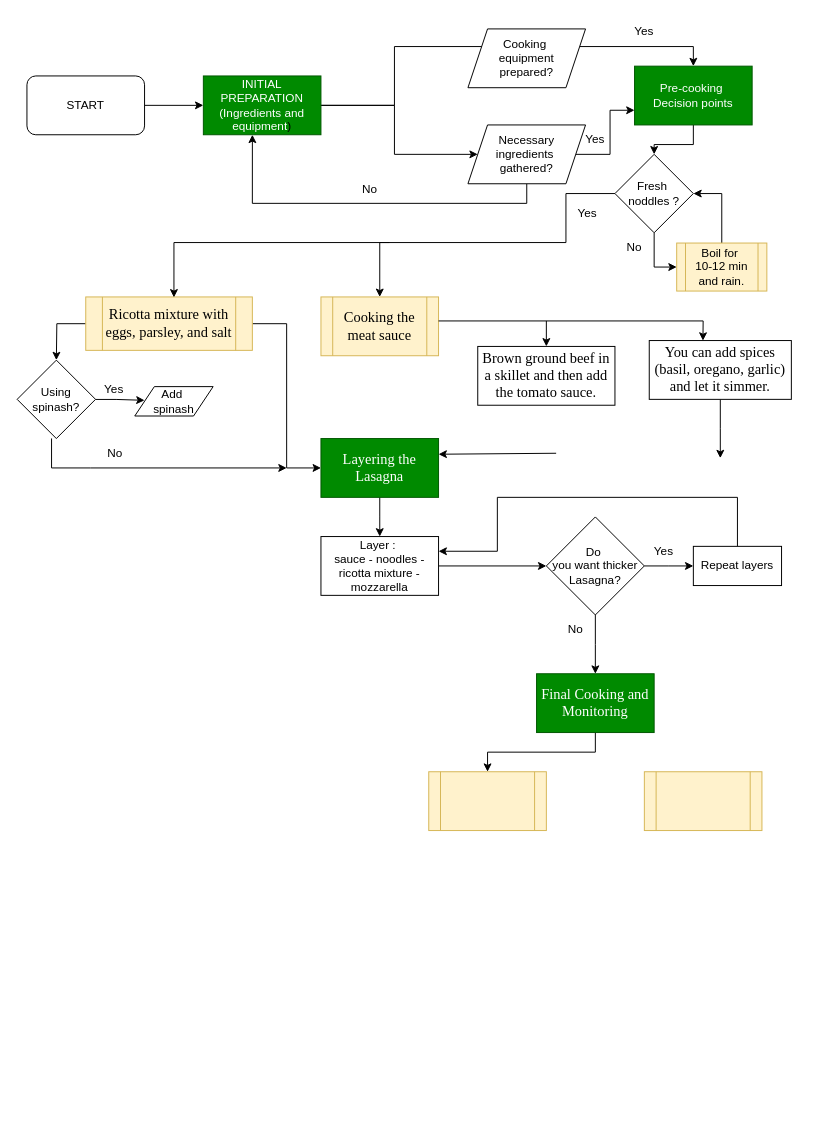
Before: First.drawio in erem6/firstrepo, a draw.io diagram. Source tidied: cells renumbered, new cells numbered last; positions are measured from the earlier drawing's top-left corner, leaving out a move shared by most shapes. Both pictures are drawn from the tidied source at 98%, with x=0, y=0 at pixel (17, 17).
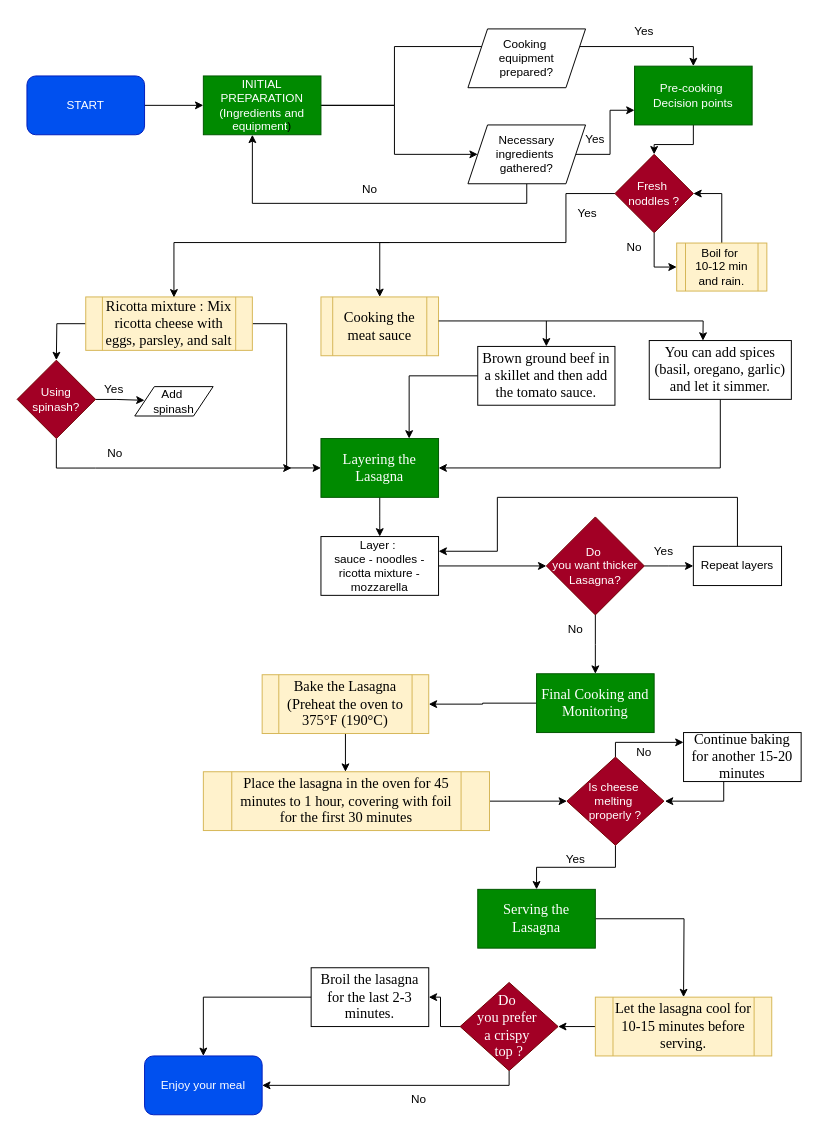
The same diagram, later.

Commit message:
Mettre à jour First.drawio

Unchanged cells that the change refers to:
```xml
<mxCell id="31" value="&lt;div&gt;&lt;span style=&quot;font-size: 11.04pt; font-family: &amp;quot;Times New Roman&amp;quot;;&quot;&gt;Layering the Lasagna&lt;/span&gt;&lt;/div&gt;" style="rounded=0;whiteSpace=wrap;html=1;fillColor=#008a00;fontColor=#ffffff;strokeColor=#005700;" parent="1" vertex="1">
  <mxGeometry x="310" y="430" width="120" height="60" as="geometry" />
</mxCell>
<mxCell id="51" value="&lt;div&gt;&lt;span style=&quot;font-size: 11.04pt; font-family: &amp;quot;Times New Roman&amp;quot;; color: rgb(0, 0, 0);&quot;&gt;Brown ground beef in a skillet and then add the tomato sauce.&lt;/span&gt;&lt;/div&gt;" style="rounded=0;whiteSpace=wrap;html=1;" parent="1" vertex="1">
  <mxGeometry x="470" y="336" width="140" height="60" as="geometry" />
</mxCell>
<mxCell id="53" value="&lt;div&gt;&lt;span style=&quot;font-size: 11.04pt; font-family: &amp;quot;Times New Roman&amp;quot;;&quot;&gt;You can add spices (basil, oregano, garlic) and let it simmer.&lt;/span&gt;&lt;/div&gt;" style="rounded=0;whiteSpace=wrap;html=1;" parent="1" vertex="1">
  <mxGeometry x="645" y="330" width="145" height="60" as="geometry" />
</mxCell>
```

Diff of the diagram source:
```diff
@@
-    <mxCell id="3" value="START" style="rounded=1;whiteSpace=wrap;html=1;" parent="1" vertex="1">
+    <mxCell id="3" value="START" style="rounded=1;whiteSpace=wrap;html=1;fillColor=#0050ef;fontColor=#ffffff;strokeColor=#001DBC;" parent="1" vertex="1">
       <mxGeometry x="10" y="60" width="120" height="60" as="geometry" />
     </mxCell>
@@
-    <mxCell id="12" value="&lt;div&gt;&lt;span style=&quot;font-size: 11.04pt; font-family: &amp;quot;Times New Roman&amp;quot;; color: rgb(0, 0, 0);&quot;&gt;Ricotta mixture&amp;nbsp;&lt;/span&gt;&lt;span style=&quot;background-color: transparent; color: light-dark(rgb(0, 0, 0), rgb(237, 237, 237)); font-family: &amp;quot;Times New Roman&amp;quot;; font-size: 11.04pt;&quot;&gt;with eggs, parsley, and salt&lt;/span&gt;&lt;/div&gt;" style="shape=process;whiteSpace=wrap;html=1;backgroundOutline=1;fillColor=#fff2cc;strokeColor=#d6b656;" parent="1" vertex="1">
+    <mxCell id="12" value="&lt;div&gt;&lt;span style=&quot;font-size: 11.04pt; font-family: &amp;quot;Times New Roman&amp;quot;; color: rgb(0, 0, 0);&quot;&gt;Ricotta mixture :&amp;nbsp;&lt;/span&gt;&lt;span style=&quot;font-family: &amp;quot;Times New Roman&amp;quot;; font-size: 11.04pt; background-color: transparent; color: light-dark(rgb(0, 0, 0), rgb(255, 255, 255));&quot;&gt;Mix ricotta cheese with eggs, parsley, and salt&lt;/span&gt;&lt;/div&gt;" style="shape=process;whiteSpace=wrap;html=1;backgroundOutline=1;fillColor=#fff2cc;strokeColor=#d6b656;" parent="1" vertex="1">
       <mxGeometry x="70" y="285.5" width="170" height="54.5" as="geometry" />
     </mxCell>
@@
-    <mxCell id="22" value="Fresh&amp;nbsp;&lt;div&gt;noddles ?&lt;/div&gt;" style="rhombus;whiteSpace=wrap;html=1;" parent="1" vertex="1">
+    <mxCell id="22" value="Fresh&amp;nbsp;&lt;div&gt;noddles ?&lt;/div&gt;" style="rhombus;whiteSpace=wrap;html=1;fillColor=#a20025;fontColor=#ffffff;strokeColor=#6F0000;" parent="1" vertex="1">
       <mxGeometry x="610" y="140" width="80" height="80" as="geometry" />
     </mxCell>
@@
     <mxCell id="33" style="edgeStyle=orthogonalEdgeStyle;rounded=0;orthogonalLoop=1;jettySize=auto;html=1;" parent="1" edge="1">
       <mxGeometry relative="1" as="geometry">
-        <mxPoint x="35.1" y="429.9" as="sourcePoint" />
-        <mxPoint x="275" y="460" as="targetPoint" />
+        <mxPoint x="40" y="430" as="sourcePoint" />
+        <mxPoint x="280" y="460.1" as="targetPoint" />
         <Array as="points">
-          <mxPoint x="35" y="460" />
-          <mxPoint x="75" y="460" />
+          <mxPoint x="40" y="460.1" />
+          <mxPoint x="80" y="460.1" />
         </Array>
       </mxGeometry>
     </mxCell>
-    <mxCell id="34" value="Using spinash?" style="rhombus;whiteSpace=wrap;html=1;" parent="1" vertex="1">
+    <mxCell id="34" value="Using spinash?" style="rhombus;whiteSpace=wrap;html=1;fillColor=#a20025;fontColor=#ffffff;strokeColor=#6F0000;" parent="1" vertex="1">
       <mxGeometry y="350" width="80" height="80" as="geometry" />
     </mxCell>
@@
-    <mxCell id="42" value="Do&amp;nbsp;&lt;div&gt;you want thicker Lasagna?&lt;/div&gt;" style="rhombus;whiteSpace=wrap;html=1;" parent="1" vertex="1">
+    <mxCell id="42" value="Do&amp;nbsp;&lt;div&gt;you want thicker Lasagna?&lt;/div&gt;" style="rhombus;whiteSpace=wrap;html=1;fillColor=#a20025;fontColor=#ffffff;strokeColor=#6F0000;" parent="1" vertex="1">
       <mxGeometry x="540" y="510" width="100" height="100" as="geometry" />
     </mxCell>
@@
+    <mxCell id="58" style="edgeStyle=orthogonalEdgeStyle;rounded=0;jettySize=auto;html=1;" parent="1" edge="1" source="49" target="64">
+      <mxGeometry relative="1" as="geometry">
+        <Array as="points">
+          <mxPoint x="335" y="760" />
+          <mxPoint x="335" y="760" />
+        </Array>
+      </mxGeometry>
+    </mxCell>
-    <mxCell id="49" style="shape=process;whiteSpace=wrap;html=1;backgroundOutline=1;rounded=0;fillColor=#fff2cc;strokeColor=#d6b656;" parent="1" vertex="1">
-      <mxGeometry x="420" y="770" width="120" height="60" as="geometry" />
+    <mxCell id="49" value="&lt;div&gt;&lt;span style=&quot;font-size: 11.04pt; font-family: &amp;quot;Times New Roman&amp;quot;;&quot;&gt;Bake the Lasagna&lt;/span&gt;&lt;/div&gt;&lt;div&gt;&lt;span style=&quot;font-size: 11.04pt; font-family: &amp;quot;Times New Roman&amp;quot;;&quot;&gt;(&lt;/span&gt;&lt;span style=&quot;font-family: &amp;quot;Times New Roman&amp;quot;; font-size: 11.04pt; background-color: transparent; color: light-dark(rgb(0, 0, 0), rgb(255, 255, 255));&quot;&gt;Preheat the oven to 375°F (190°C)&lt;/span&gt;&lt;/div&gt;" style="shape=process;whiteSpace=wrap;html=1;backgroundOutline=1;rounded=0;fillColor=#fff2cc;strokeColor=#d6b656;" parent="1" vertex="1">
+      <mxGeometry x="250" y="671" width="170" height="60" as="geometry" />
     </mxCell>
-    <mxCell id="50" style="shape=process;whiteSpace=wrap;html=1;backgroundOutline=1;rounded=0;fillColor=#fff2cc;strokeColor=#d6b656;" parent="1" vertex="1">
-      <mxGeometry x="640" y="770" width="120" height="60" as="geometry" />
-    </mxCell>
+    <mxCell id="59" style="edgeStyle=orthogonalEdgeStyle;rounded=0;jettySize=auto;html=1;entryX=0.75;entryY=0;entryDx=0;entryDy=0;" parent="1" edge="1" source="51" target="31">
+      <mxGeometry relative="1" as="geometry" />
+    </mxCell>
@@
-    <mxCell id="52" style="edgeStyle=orthogonalEdgeStyle;rounded=0;jettySize=auto;html=1;" parent="1" edge="1" source="53">
-      <mxGeometry relative="1" as="geometry">
-        <mxPoint x="717.5" y="450" as="targetPoint" />
-      </mxGeometry>
-    </mxCell>
+    <mxCell id="60" style="edgeStyle=orthogonalEdgeStyle;rounded=0;jettySize=auto;html=1;entryX=1;entryY=0.5;entryDx=0;entryDy=0;" parent="1" edge="1" source="53" target="31">
+      <mxGeometry relative="1" as="geometry">
+        <Array as="points">
+          <mxPoint x="717" y="460" />
+        </Array>
+      </mxGeometry>
+    </mxCell>
@@
-    <mxCell id="57" style="endArrow=classic;html=1;rounded=0;entryX=1;entryY=0.25;entryDx=0;entryDy=0;" parent="1" edge="1">
-      <mxGeometry relative="1" as="geometry">
-        <mxPoint x="550" y="445" as="sourcePoint" />
-        <mxPoint x="430" y="446" as="targetPoint" />
-      </mxGeometry>
-    </mxCell>
+    <mxCell id="61" style="edgeStyle=orthogonalEdgeStyle;rounded=0;jettySize=auto;html=1;" parent="1" edge="1" source="62">
+      <mxGeometry relative="1" as="geometry">
+        <mxPoint x="680" y="1000" as="targetPoint" />
+      </mxGeometry>
+    </mxCell>
+    <mxCell id="62" value="&lt;div&gt;&lt;span style=&quot;font-size: 11.04pt; font-family: &amp;quot;Times New Roman&amp;quot;;&quot;&gt;Serving the Lasagna&lt;/span&gt;&lt;/div&gt;" style="rounded=0;whiteSpace=wrap;html=1;fillColor=#008a00;fontColor=#FFFFFF;strokeColor=#005700;" parent="1" vertex="1">
+      <mxGeometry x="470" y="890" width="120" height="60" as="geometry" />
+    </mxCell>
+    <mxCell id="63" style="edgeStyle=orthogonalEdgeStyle;rounded=0;jettySize=auto;html=1;" parent="1" edge="1" source="64" target="67">
+      <mxGeometry relative="1" as="geometry">
+        <Array as="points">
+          <mxPoint x="620" y="800" />
+          <mxPoint x="620" y="800" />
+        </Array>
+      </mxGeometry>
+    </mxCell>
+    <mxCell id="64" value="&lt;div&gt;&lt;span style=&quot;font-size: 11.04pt; font-family: &amp;quot;Times New Roman&amp;quot;;&quot;&gt;Place the lasagna in the oven for 45 &lt;br/&gt;&lt;/span&gt;&lt;/div&gt;&lt;div&gt;&lt;span style=&quot;font-size: 11.04pt; font-family: &amp;quot;Times New Roman&amp;quot;;&quot;&gt;minutes to 1 hour, covering with foil for the first 30 minutes&lt;/span&gt;&lt;/div&gt;" style="shape=process;whiteSpace=wrap;html=1;backgroundOutline=1;rounded=0;fillColor=#fff2cc;strokeColor=#d6b656;" parent="1" vertex="1">
+      <mxGeometry x="190" y="770" width="292" height="60" as="geometry" />
+    </mxCell>
+    <mxCell id="65" style="edgeStyle=orthogonalEdgeStyle;rounded=0;jettySize=auto;html=1;entryX=0.5;entryY=0;entryDx=0;entryDy=0;" parent="1" edge="1" source="67" target="62">
+      <mxGeometry relative="1" as="geometry" />
+    </mxCell>
+    <mxCell id="66" style="edgeStyle=orthogonalEdgeStyle;rounded=0;jettySize=auto;html=1;entryX=0;entryY=0.2;entryDx=0;entryDy=0;entryPerimeter=0;" parent="1" edge="1" source="67" target="70">
+      <mxGeometry relative="1" as="geometry">
+        <Array as="points">
+          <mxPoint x="611" y="740" />
+        </Array>
+      </mxGeometry>
+    </mxCell>
+    <mxCell id="67" value="Is cheese&amp;nbsp;&lt;div&gt;melting&amp;nbsp;&lt;/div&gt;&lt;div&gt;properly ?&lt;/div&gt;" style="rhombus;whiteSpace=wrap;html=1;rounded=0;fillColor=#a20025;fontColor=#ffffff;strokeColor=#6F0000;" parent="1" vertex="1">
+      <mxGeometry x="561" y="755" width="99" height="90" as="geometry" />
+    </mxCell>
+    <mxCell id="68" value="Yes" style="text;strokeColor=none;align=center;fillColor=none;html=1;verticalAlign=middle;whiteSpace=wrap;rounded=0;" parent="1" vertex="1">
+      <mxGeometry x="540" y="845" width="60" height="30" as="geometry" />
+    </mxCell>
+    <mxCell id="69" style="edgeStyle=orthogonalEdgeStyle;rounded=0;orthogonalLoop=1;jettySize=auto;html=1;" parent="1" edge="1">
+      <mxGeometry relative="1" as="geometry">
+        <mxPoint x="721" y="780" as="sourcePoint" />
+        <mxPoint x="661" y="800" as="targetPoint" />
+        <Array as="points">
+          <mxPoint x="721" y="800" />
+        </Array>
+      </mxGeometry>
+    </mxCell>
+    <mxCell id="70" value="&lt;div&gt;&lt;span style=&quot;font-size: 11.04pt; font-family: &amp;quot;Times New Roman&amp;quot;;&quot;&gt;Continue baking for another 15-20 minutes&lt;/span&gt;&lt;/div&gt;" style="rounded=0;whiteSpace=wrap;html=1;" parent="1" vertex="1">
+      <mxGeometry x="680" y="730" width="120" height="50" as="geometry" />
+    </mxCell>
+    <mxCell id="71" value="No" style="text;strokeColor=none;align=center;fillColor=none;html=1;verticalAlign=middle;whiteSpace=wrap;rounded=0;" parent="1" vertex="1">
+      <mxGeometry x="610" y="735" width="60" height="30" as="geometry" />
+    </mxCell>
+    <mxCell id="72" style="edgeStyle=orthogonalEdgeStyle;rounded=0;jettySize=auto;html=1;" parent="1" edge="1" source="73" target="76">
+      <mxGeometry relative="1" as="geometry">
+        <Array as="points">
+          <mxPoint x="560" y="1030" />
+          <mxPoint x="560" y="1030" />
+        </Array>
+      </mxGeometry>
+    </mxCell>
+    <mxCell id="73" value="&lt;div&gt;&lt;span style=&quot;font-size: 11.04pt; font-family: &amp;quot;Times New Roman&amp;quot;;&quot;&gt;Let the lasagna cool for 10-15 minutes before serving.&lt;/span&gt;&lt;/div&gt;" style="shape=process;whiteSpace=wrap;html=1;backgroundOutline=1;fillColor=#fff2cc;strokeColor=#d6b656;" parent="1" vertex="1">
+      <mxGeometry x="590" y="1000" width="180" height="60" as="geometry" />
+    </mxCell>
+    <mxCell id="74" style="edgeStyle=orthogonalEdgeStyle;rounded=0;jettySize=auto;html=1;" parent="1" edge="1" source="76" target="77">
+      <mxGeometry relative="1" as="geometry">
+        <Array as="points">
+          <mxPoint x="502" y="1090" />
+        </Array>
+      </mxGeometry>
+    </mxCell>
+    <mxCell id="75" style="edgeStyle=orthogonalEdgeStyle;rounded=0;jettySize=auto;html=1;entryX=1;entryY=0.5;entryDx=0;entryDy=0;" parent="1" edge="1" source="76" target="80">
+      <mxGeometry relative="1" as="geometry" />
+    </mxCell>
+    <mxCell id="76" value="&lt;div&gt;&lt;span style=&quot;font-size: 11.04pt; font-family: &amp;quot;Times New Roman&amp;quot;;&quot;&gt;Do&amp;nbsp;&lt;/span&gt;&lt;/div&gt;&lt;div&gt;&lt;span style=&quot;font-size: 11.04pt; font-family: &amp;quot;Times New Roman&amp;quot;;&quot;&gt;you prefer&amp;nbsp;&lt;/span&gt;&lt;/div&gt;&lt;div&gt;&lt;span style=&quot;font-size: 11.04pt; font-family: &amp;quot;Times New Roman&amp;quot;;&quot;&gt;a crispy&amp;nbsp;&lt;/span&gt;&lt;/div&gt;&lt;div&gt;&lt;span style=&quot;font-size: 11.04pt; font-family: &amp;quot;Times New Roman&amp;quot;;&quot;&gt;top ?&lt;/span&gt;&lt;/div&gt;" style="rhombus;whiteSpace=wrap;html=1;fillColor=#a20025;fontColor=#ffffff;strokeColor=#6F0000;" parent="1" vertex="1">
+      <mxGeometry x="452" y="985" width="100" height="90" as="geometry" />
+    </mxCell>
+    <mxCell id="77" value="Enjoy your meal" style="rounded=1;whiteSpace=wrap;html=1;fillColor=#0050ef;fontColor=#ffffff;strokeColor=#001DBC;" parent="1" vertex="1">
+      <mxGeometry x="130" y="1060" width="120" height="60" as="geometry" />
+    </mxCell>
+    <mxCell id="78" value="No" style="text;html=1;align=center;verticalAlign=middle;whiteSpace=wrap;rounded=0;" parent="1" vertex="1">
+      <mxGeometry x="380" y="1090" width="60" height="30" as="geometry" />
+    </mxCell>
+    <mxCell id="79" style="edgeStyle=orthogonalEdgeStyle;rounded=0;jettySize=auto;html=1;entryX=0.5;entryY=0;entryDx=0;entryDy=0;" parent="1" edge="1" source="80" target="77">
+      <mxGeometry relative="1" as="geometry" />
+    </mxCell>
+    <mxCell id="80" value="&lt;div&gt;&lt;span style=&quot;font-size: 11.04pt; font-family: &amp;quot;Times New Roman&amp;quot;;&quot;&gt;Broil the lasagna for the last 2-3 &lt;br/&gt;&lt;/span&gt;&lt;/div&gt;&lt;div&gt;&lt;span style=&quot;font-size: 11.04pt; font-family: &amp;quot;Times New Roman&amp;quot;;&quot;&gt;minutes.&lt;/span&gt;&lt;/div&gt;" style="rounded=0;whiteSpace=wrap;html=1;" parent="1" vertex="1">
+      <mxGeometry x="300" y="970" width="120" height="60" as="geometry" />
+    </mxCell>
```
